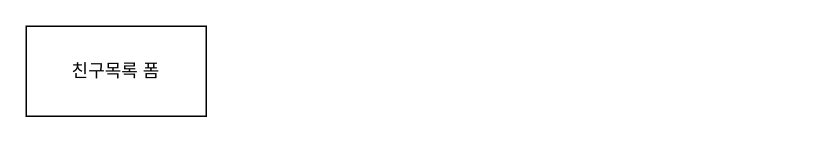
Before: 친구목록.drawio in Hyunmin-Kwak-hub/neighbor21, a draw.io diagram. Source tidied: cells renumbered, new cells numbered last; positions are measured from the earlier drawing's top-left corner, leaving out a move shared by most shapes. Both pictures are drawn from the tidied source at 150%, with x=0, y=0 at pixel (26, 26).
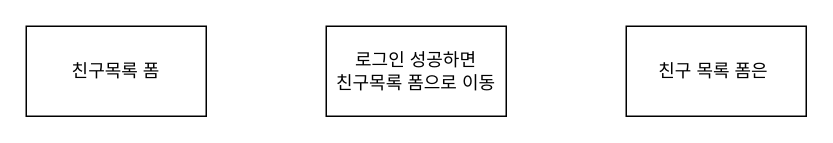
The same diagram, later.

Commit message:
친구목록.drawio 업데이트

Diff of the diagram source:
```diff
@@
 <mxGraphModel>
   <root>
     <mxCell id="0" />
     <mxCell id="1" parent="0" />
     <mxCell id="2" value="친구목록 폼" style="rounded=0;whiteSpace=wrap;html=1;" parent="1" vertex="1">
       <mxGeometry width="120" height="60" as="geometry" />
     </mxCell>
+    <mxCell id="3" value="로그인 성공하면&lt;div&gt;친구목록 폼으로 이동&lt;/div&gt;" style="rounded=0;whiteSpace=wrap;html=1;" parent="1" vertex="1">
+      <mxGeometry x="200" width="120" height="60" as="geometry" />
+    </mxCell>
+    <mxCell id="4" value="친구 목록 폼은&amp;nbsp;" style="rounded=0;whiteSpace=wrap;html=1;" parent="1" vertex="1">
+      <mxGeometry x="400" width="120" height="60" as="geometry" />
+    </mxCell>
   </root>
 </mxGraphModel>
```
